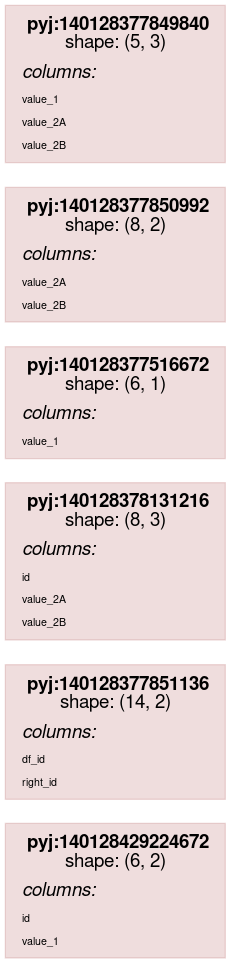
Earlier version of the Graphviz export scripts/rdflog/conditional_join_w_cmp.ttl.dot.png (asmirnov69/pyjviz-poc). Its source is kept beside it as scripts/rdflog/conditional_join_w_cmp.ttl.dot.
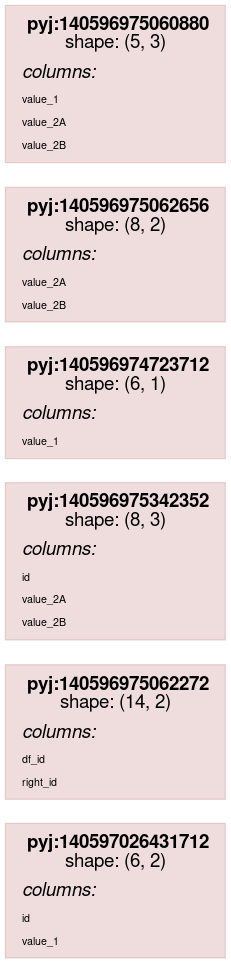
The same file after the commit.

The edit, as a diff of the source:
```diff
@@ -14,7 +14,7 @@
                 color="#88000022"
                 shape = rect
                 label = <<table border="0" cellborder="0" cellspacing="0" cellpadding="4">
-                         <tr> <td> <b>pyj:140128429224672</b><br/>shape: (6, 2)</td> </tr>
+                         <tr> <td> <b>pyj:140597026431712</b><br/>shape: (6, 2)</td> </tr>
                          <tr> <td align="left"><i>columns:</i><br align="left"/></td></tr>
                 <tr><td align="left"><FONT POINT-SIZE="8px">id</FONT></td></tr>
 <tr><td align="left"><FONT POINT-SIZE="8px">value_1</FONT></td></tr>
@@ -24,7 +24,7 @@
                 color="#88000022"
                 shape = rect
                 label = <<table border="0" cellborder="0" cellspacing="0" cellpadding="4">
-                         <tr> <td> <b>pyj:140128377851136</b><br/>shape: (14, 2)</td> </tr>
+                         <tr> <td> <b>pyj:140596975062272</b><br/>shape: (14, 2)</td> </tr>
                          <tr> <td align="left"><i>columns:</i><br align="left"/></td></tr>
                 <tr><td align="left"><FONT POINT-SIZE="8px">df_id</FONT></td></tr>
 <tr><td align="left"><FONT POINT-SIZE="8px">right_id</FONT></td></tr>
@@ -34,7 +34,7 @@
                 color="#88000022"
                 shape = rect
                 label = <<table border="0" cellborder="0" cellspacing="0" cellpadding="4">
-                         <tr> <td> <b>pyj:140128378131216</b><br/>shape: (8, 3)</td> </tr>
+                         <tr> <td> <b>pyj:140596975342352</b><br/>shape: (8, 3)</td> </tr>
                          <tr> <td align="left"><i>columns:</i><br align="left"/></td></tr>
                 <tr><td align="left"><FONT POINT-SIZE="8px">id</FONT></td></tr>
 <tr><td align="left"><FONT POINT-SIZE="8px">value_2A</FONT></td></tr>
@@ -45,7 +45,7 @@
                 color="#88000022"
                 shape = rect
                 label = <<table border="0" cellborder="0" cellspacing="0" cellpadding="4">
-                         <tr> <td> <b>pyj:140128377516672</b><br/>shape: (6, 1)</td> </tr>
+                         <tr> <td> <b>pyj:140596974723712</b><br/>shape: (6, 1)</td> </tr>
                          <tr> <td align="left"><i>columns:</i><br align="left"/></td></tr>
                 <tr><td align="left"><FONT POINT-SIZE="8px">value_1</FONT></td></tr>
                          </table>>
@@ -54,7 +54,7 @@
                 color="#88000022"
                 shape = rect
                 label = <<table border="0" cellborder="0" cellspacing="0" cellpadding="4">
-                         <tr> <td> <b>pyj:140128377850992</b><br/>shape: (8, 2)</td> </tr>
+                         <tr> <td> <b>pyj:140596975062656</b><br/>shape: (8, 2)</td> </tr>
                          <tr> <td align="left"><i>columns:</i><br align="left"/></td></tr>
                 <tr><td align="left"><FONT POINT-SIZE="8px">value_2A</FONT></td></tr>
 <tr><td align="left"><FONT POINT-SIZE="8px">value_2B</FONT></td></tr>
@@ -64,7 +64,7 @@
                 color="#88000022"
                 shape = rect
                 label = <<table border="0" cellborder="0" cellspacing="0" cellpadding="4">
-                         <tr> <td> <b>pyj:140128377849840</b><br/>shape: (5, 3)</td> </tr>
+                         <tr> <td> <b>pyj:140596975060880</b><br/>shape: (5, 3)</td> </tr>
                          <tr> <td align="left"><i>columns:</i><br align="left"/></td></tr>
                 <tr><td align="left"><FONT POINT-SIZE="8px">value_1</FONT></td></tr>
 <tr><td align="left"><FONT POINT-SIZE="8px">value_2A</FONT></td></tr>
```
